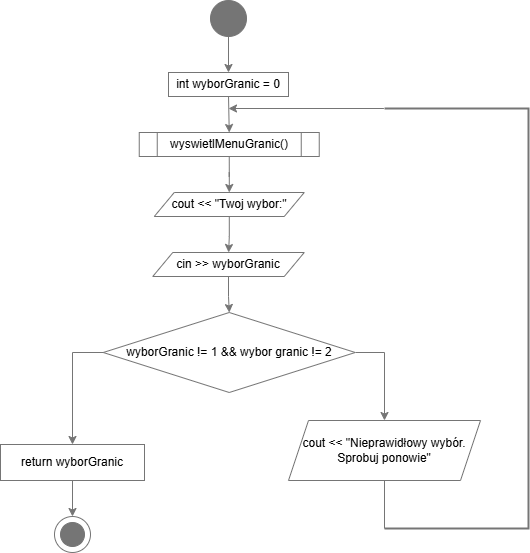
VITALA6/Projekt keeps this draw.io diagram as shemat_wyborWprowadzeniaGranic.drawio.png. Above is the earlier version. Source tidied: cells renumbered, new cells last; positions are measured from the earlier drawing's top-left corner, leaving out a move shared by most shapes. Its diagram source:
```xml
<mxGraphModel>
  <root>
    <mxCell id="0" />
    <mxCell id="1" parent="0" />
    <mxCell id="2" style="ellipse;whiteSpace=wrap;html=1;strokeColor=#757575;" parent="1" vertex="1">
      <mxGeometry x="54" y="516" width="36" height="36" as="geometry" />
    </mxCell>
    <mxCell id="3" style="ellipse;whiteSpace=wrap;html=1;fillColor=#757575;strokeColor=#757575;" parent="1" vertex="1">
      <mxGeometry x="60" y="522" width="24" height="24" as="geometry" />
    </mxCell>
    <mxCell id="4" style="edgeStyle=orthogonalEdgeStyle;rounded=0;jettySize=auto;html=1;exitX=0.5;exitY=1;exitDx=0;exitDy=0;entryX=0.5;entryY=0;entryDx=0;entryDy=0;strokeColor=#757575;" parent="1" edge="1" source="5" target="7">
      <mxGeometry relative="1" as="geometry" />
    </mxCell>
    <mxCell id="5" style="ellipse;whiteSpace=wrap;html=1;fillColor=#757575;strokeColor=#757575;" parent="1" vertex="1">
      <mxGeometry x="210" width="36" height="36" as="geometry" />
    </mxCell>
    <mxCell id="6" style="edgeStyle=orthogonalEdgeStyle;rounded=0;jettySize=auto;html=1;exitX=0.5;exitY=1;exitDx=0;exitDy=0;entryX=0.5;entryY=0;entryDx=0;entryDy=0;strokeColor=#757575;" parent="1" edge="1" source="7" target="9">
      <mxGeometry relative="1" as="geometry" />
    </mxCell>
    <mxCell id="7" value="int wyborGranic = 0" style="rounded=0;whiteSpace=wrap;html=1;strokeColor=#757575;" parent="1" vertex="1">
      <mxGeometry x="168" y="72" width="120" height="24" as="geometry" />
    </mxCell>
    <mxCell id="8" style="edgeStyle=orthogonalEdgeStyle;rounded=0;jettySize=auto;html=1;exitX=0.5;exitY=1;exitDx=0;exitDy=0;strokeColor=#757575;" parent="1" edge="1" source="9" target="11">
      <mxGeometry relative="1" as="geometry" />
    </mxCell>
    <mxCell id="9" value="wyswietlMenuGranic()" style="shape=process;whiteSpace=wrap;html=1;backgroundOutline=1;strokeColor=#757575;" parent="1" vertex="1">
      <mxGeometry x="138.8" y="132" width="180" height="24" as="geometry" />
    </mxCell>
    <mxCell id="10" style="edgeStyle=orthogonalEdgeStyle;rounded=0;jettySize=auto;html=1;strokeColor=#757575;" parent="1" edge="1" source="11" target="13">
      <mxGeometry relative="1" as="geometry" />
    </mxCell>
    <mxCell id="11" value="cout &amp;lt;&amp;lt; &quot;Twoj wybor:&quot;" style="shape=parallelogram;perimeter=parallelogramPerimeter;whiteSpace=wrap;html=1;fixedSize=1;strokeColor=#757575;" parent="1" vertex="1">
      <mxGeometry x="153.8" y="192" width="150" height="24" as="geometry" />
    </mxCell>
    <mxCell id="12" style="edgeStyle=orthogonalEdgeStyle;rounded=0;jettySize=auto;html=1;exitX=0.5;exitY=1;exitDx=0;exitDy=0;strokeColor=#757575;" parent="1" edge="1" source="13" target="16">
      <mxGeometry relative="1" as="geometry" />
    </mxCell>
    <mxCell id="13" value="cin &amp;gt;&amp;gt; wyborGranic" style="shape=parallelogram;perimeter=parallelogramPerimeter;whiteSpace=wrap;html=1;fixedSize=1;strokeColor=#757575;" parent="1" vertex="1">
      <mxGeometry x="152.2" y="252" width="151.5" height="24" as="geometry" />
    </mxCell>
    <mxCell id="14" style="edgeStyle=orthogonalEdgeStyle;rounded=0;jettySize=auto;html=1;exitX=1;exitY=0.5;exitDx=0;exitDy=0;entryX=0.5;entryY=0;entryDx=0;entryDy=0;strokeColor=#757575;" parent="1" edge="1" source="16" target="17">
      <mxGeometry relative="1" as="geometry" />
    </mxCell>
    <mxCell id="15" style="edgeStyle=orthogonalEdgeStyle;rounded=0;jettySize=auto;html=1;exitX=0;exitY=0.5;exitDx=0;exitDy=0;entryX=0.5;entryY=0;entryDx=0;entryDy=0;strokeColor=#757575;" parent="1" edge="1" source="16" target="19">
      <mxGeometry relative="1" as="geometry" />
    </mxCell>
    <mxCell id="16" value="wyborGranic != 1 &amp;amp;&amp;amp; wybor granic != 2" style="rhombus;whiteSpace=wrap;html=1;strokeColor=#757575;" parent="1" vertex="1">
      <mxGeometry x="102.8" y="312" width="252" height="80" as="geometry" />
    </mxCell>
    <mxCell id="17" value="cout &amp;lt;&amp;lt; &quot;Nieprawidłowy wybór. Sprobuj ponowie&quot;" style="shape=parallelogram;perimeter=parallelogramPerimeter;whiteSpace=wrap;html=1;fixedSize=1;strokeColor=#757575;" parent="1" vertex="1">
      <mxGeometry x="288" y="420" width="192" height="60" as="geometry" />
    </mxCell>
    <mxCell id="18" style="edgeStyle=orthogonalEdgeStyle;rounded=0;jettySize=auto;html=1;exitX=0.5;exitY=1;exitDx=0;exitDy=0;strokeColor=#757575;" parent="1" edge="1" source="19" target="2">
      <mxGeometry relative="1" as="geometry" />
    </mxCell>
    <mxCell id="19" value="return wyborGranic" style="rounded=0;whiteSpace=wrap;html=1;strokeColor=#757575;" parent="1" vertex="1">
      <mxGeometry y="444" width="144" height="36" as="geometry" />
    </mxCell>
    <mxCell id="20" style="edgeStyle=orthogonalEdgeStyle;rounded=0;orthogonalLoop=1;jettySize=auto;html=1;exitX=0.5;exitY=1;exitDx=0;exitDy=0;strokeColor=#757575;" parent="1" edge="1" source="9" target="9">
      <mxGeometry relative="1" as="geometry" />
    </mxCell>
    <mxCell id="21" style="strokeWidth=2;html=1;shape=mxgraph.flowchart.annotation_1;align=left;direction=west;strokeColor=#757575;" parent="1" vertex="1">
      <mxGeometry x="384" y="108" width="144" height="420" as="geometry" />
    </mxCell>
    <mxCell id="22" style="endArrow=classic;html=1;rounded=0;strokeColor=#757575;" parent="1" edge="1">
      <mxGeometry relative="1" as="geometry">
        <mxPoint x="383.4" y="108" as="sourcePoint" />
        <mxPoint x="228" y="108" as="targetPoint" />
      </mxGeometry>
    </mxCell>
    <mxCell id="23" style="endArrow=none;html=1;rounded=0;exitX=1;exitY=0;exitDx=0;exitDy=0;exitPerimeter=0;strokeColor=#757575;" parent="1" edge="1" source="21">
      <mxGeometry relative="1" as="geometry">
        <mxPoint x="384" y="480" as="targetPoint" />
      </mxGeometry>
    </mxCell>
  </root>
</mxGraphModel>
```
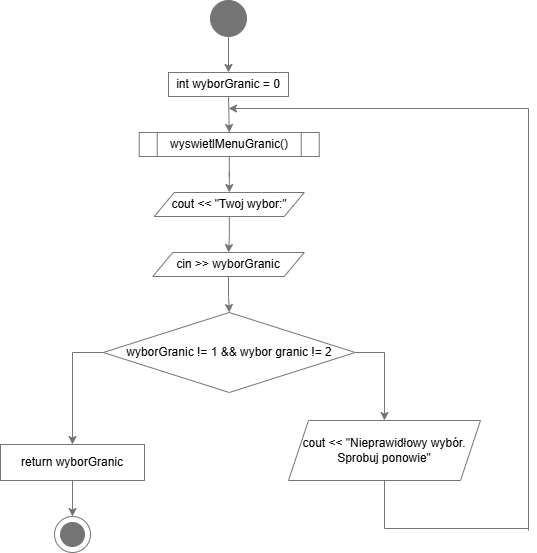
The same file after the commit.

The edit, as a diff of the source:
```diff
@@ -59,19 +59,29 @@
     <mxCell id="20" style="edgeStyle=orthogonalEdgeStyle;rounded=0;orthogonalLoop=1;jettySize=auto;html=1;exitX=0.5;exitY=1;exitDx=0;exitDy=0;strokeColor=#757575;" parent="1" edge="1" source="9" target="9">
       <mxGeometry relative="1" as="geometry" />
     </mxCell>
-    <mxCell id="21" style="strokeWidth=2;html=1;shape=mxgraph.flowchart.annotation_1;align=left;direction=west;strokeColor=#757575;" parent="1" vertex="1">
-      <mxGeometry x="384" y="108" width="144" height="420" as="geometry" />
-    </mxCell>
     <mxCell id="22" style="endArrow=classic;html=1;rounded=0;strokeColor=#757575;" parent="1" edge="1">
       <mxGeometry relative="1" as="geometry">
-        <mxPoint x="383.4" y="108" as="sourcePoint" />
+        <mxPoint x="528" y="108" as="sourcePoint" />
         <mxPoint x="228" y="108" as="targetPoint" />
       </mxGeometry>
     </mxCell>
-    <mxCell id="23" style="endArrow=none;html=1;rounded=0;exitX=1;exitY=0;exitDx=0;exitDy=0;exitPerimeter=0;strokeColor=#757575;" parent="1" edge="1" source="21">
+    <mxCell id="23" style="endArrow=none;html=1;rounded=0;exitX=1;exitY=0;exitDx=0;exitDy=0;exitPerimeter=0;strokeColor=#757575;" parent="1" edge="1">
       <mxGeometry relative="1" as="geometry">
+        <mxPoint x="384" y="528" as="sourcePoint" />
         <mxPoint x="384" y="480" as="targetPoint" />
       </mxGeometry>
     </mxCell>
+    <mxCell id="24" style="endArrow=none;html=1;rounded=0;strokeColor=#757575;" parent="1" edge="1">
+      <mxGeometry relative="1" as="geometry">
+        <mxPoint x="384" y="528" as="sourcePoint" />
+        <mxPoint x="528" y="528" as="targetPoint" />
+      </mxGeometry>
+    </mxCell>
+    <mxCell id="25" style="endArrow=none;html=1;rounded=0;strokeColor=#757575;" parent="1" edge="1">
+      <mxGeometry relative="1" as="geometry">
+        <mxPoint x="528" y="530" as="sourcePoint" />
+        <mxPoint x="528" y="108" as="targetPoint" />
+      </mxGeometry>
+    </mxCell>
   </root>
 </mxGraphModel>
```
